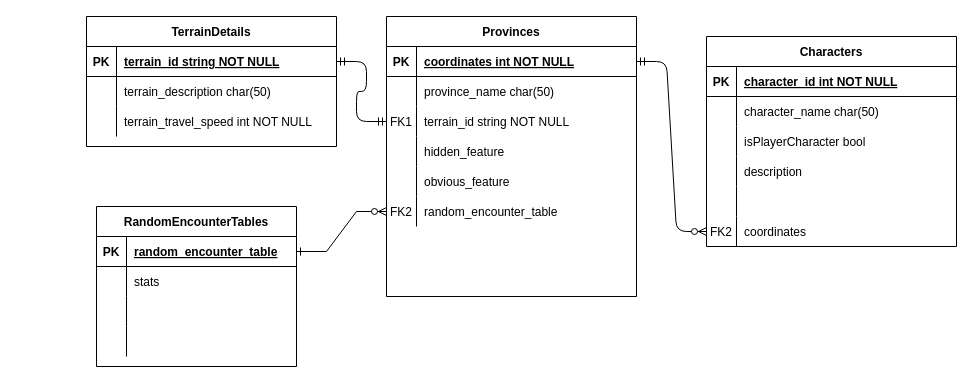
JDewhirst/dnd_campaign_manager keeps this draw.io diagram as databaseERD.drawio. Above is the earlier version. Source tidied: cells renumbered, new cells numbered last; positions are measured from the earlier drawing's top-left corner, leaving out a move shared by most shapes. Both pictures are drawn from the tidied source at 100%, with x=0, y=0 at pixel (86, 16).
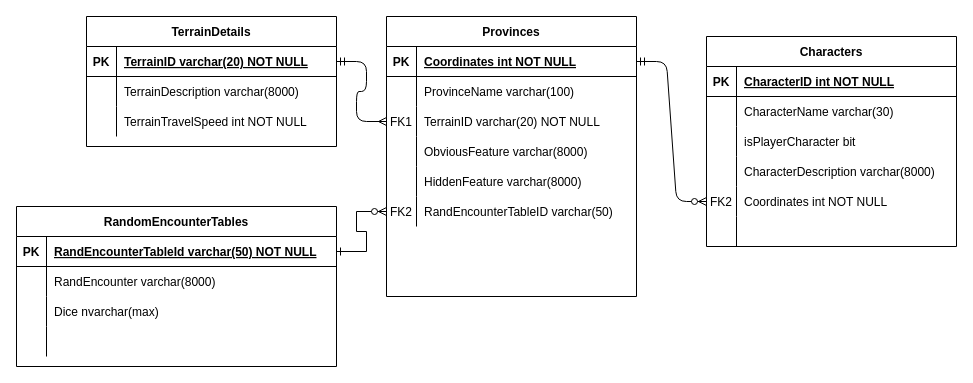
The same diagram, later.

Commit message (it also covers changes not shown here):
Update database ERD to reflect current state of the database

The change refers to these unchanged cells:
```xml
<mxCell id="2" value="Characters" style="shape=table;startSize=30;childLayout=tableLayout;rowLines=0;fontStyle=1;align=center;" parent="1" vertex="1">
  <mxGeometry x="620" y="20" width="250" height="210" as="geometry" />
</mxCell>
<mxCell id="3" style="shape=partialRectangle;fillColor=none;top=0;left=0;right=0;bottom=1;" parent="2" vertex="1">
  <mxGeometry y="30" width="250" height="30" as="geometry" />
</mxCell>
<mxCell id="6" style="shape=partialRectangle;fillColor=none;top=0;left=0;right=0;bottom=0;" parent="2" vertex="1">
  <mxGeometry y="60" width="250" height="30" as="geometry" />
</mxCell>
<mxCell id="9" style="shape=partialRectangle;fillColor=none;top=0;left=0;right=0;bottom=0;" parent="2" vertex="1">
  <mxGeometry y="90" width="250" height="30" as="geometry" />
</mxCell>
<mxCell id="12" style="shape=partialRectangle;fillColor=none;top=0;left=0;bottom=0;right=0;" parent="2" vertex="1">
  <mxGeometry y="120" width="250" height="30" as="geometry" />
</mxCell>
<mxCell id="22" style="shape=partialRectangle;fillColor=none;points=[[0,0.5],[1,0.5]];portConstraint=eastwest;top=0;left=0;right=0;bottom=1;" parent="21" vertex="1">
  <mxGeometry y="30" width="250" height="30" as="geometry" />
</mxCell>
<mxCell id="25" style="shape=partialRectangle;fillColor=none;top=0;left=0;right=0;bottom=0;" parent="21" vertex="1">
  <mxGeometry y="60" width="250" height="30" as="geometry" />
</mxCell>
<mxCell id="28" style="shape=partialRectangle;fillColor=none;top=0;left=0;right=0;bottom=0;" parent="21" vertex="1">
  <mxGeometry y="90" width="250" height="30" as="geometry" />
</mxCell>
<mxCell id="32" style="shape=partialRectangle;fillColor=none;points=[[0,0.5],[1,0.5]];portConstraint=eastwest;top=0;left=0;right=0;bottom=1;" parent="31" vertex="1">
  <mxGeometry y="30" width="250" height="30" as="geometry" />
</mxCell>
<mxCell id="35" style="shape=partialRectangle;fillColor=none;top=0;left=0;right=0;bottom=0;" parent="31" vertex="1">
  <mxGeometry y="60" width="250" height="30" as="geometry" />
</mxCell>
<mxCell id="38" style="shape=partialRectangle;fillColor=none;top=0;left=0;bottom=0;right=0;points=[[0,0.5],[1,0.5]];portConstraint=eastwest;" parent="31" vertex="1">
  <mxGeometry y="90" width="250" height="30" as="geometry" />
</mxCell>
<mxCell id="41" style="shape=partialRectangle;fillColor=none;top=0;left=0;bottom=0;right=0;" parent="31" vertex="1">
  <mxGeometry y="120" width="250" height="30" as="geometry" />
</mxCell>
<mxCell id="44" style="shape=partialRectangle;fillColor=none;top=0;left=0;bottom=0;right=0;" parent="31" vertex="1">
  <mxGeometry y="150" width="250" height="30" as="geometry" />
</mxCell>
<mxCell id="47" style="shape=partialRectangle;fillColor=none;top=0;left=0;bottom=0;right=0;points=[[0,0.5],[1,0.5]];portConstraint=eastwest;" parent="31" vertex="1">
  <mxGeometry y="180" width="250" height="30" as="geometry" />
</mxCell>
```

What changed in the source:
```diff
@@
-    <mxCell id="5" value="character_id int NOT NULL " style="shape=partialRectangle;overflow=hidden;fillColor=none;top=0;left=0;bottom=0;right=0;align=left;spacingLeft=6;fontStyle=5;" parent="3" vertex="1">
+    <mxCell id="5" value="CharacterID int NOT NULL" style="shape=partialRectangle;overflow=hidden;fillColor=none;top=0;left=0;bottom=0;right=0;align=left;spacingLeft=6;fontStyle=5;" parent="3" vertex="1">
       <mxGeometry x="30" width="220" height="30" as="geometry" />
     </mxCell>
@@
-    <mxCell id="8" value="character_name char(50)" style="shape=partialRectangle;overflow=hidden;fillColor=none;top=0;left=0;bottom=0;right=0;align=left;spacingLeft=6;" parent="6" vertex="1">
+    <mxCell id="8" value="CharacterName varchar(30)" style="shape=partialRectangle;overflow=hidden;fillColor=none;top=0;left=0;bottom=0;right=0;align=left;spacingLeft=6;" parent="6" vertex="1">
       <mxGeometry x="30" width="220" height="30" as="geometry" />
     </mxCell>
@@
-    <mxCell id="11" value="isPlayerCharacter bool" style="shape=partialRectangle;overflow=hidden;fillColor=none;top=0;left=0;bottom=0;right=0;align=left;spacingLeft=6;" parent="9" vertex="1">
+    <mxCell id="11" value="isPlayerCharacter bit" style="shape=partialRectangle;overflow=hidden;fillColor=none;top=0;left=0;bottom=0;right=0;align=left;spacingLeft=6;" parent="9" vertex="1">
       <mxGeometry x="30" width="220" height="30" as="geometry" />
     </mxCell>
@@
-    <mxCell id="14" value="description " style="shape=partialRectangle;fillColor=none;top=0;left=0;bottom=0;right=0;align=left;spacingLeft=6;overflow=hidden;" parent="12" vertex="1">
+    <mxCell id="14" value="CharacterDescription varchar(8000)" style="shape=partialRectangle;fillColor=none;top=0;left=0;bottom=0;right=0;align=left;spacingLeft=6;overflow=hidden;" parent="12" vertex="1">
       <mxGeometry x="30" width="220" height="30" as="geometry" />
     </mxCell>
+    <mxCell id="18" style="shape=partialRectangle;fillColor=none;top=0;left=0;bottom=0;right=0;points=[[0,0.5],[1,0.5]];portConstraint=eastwest;" parent="2" vertex="1">
+      <mxGeometry y="150" width="250" height="30" as="geometry" />
+    </mxCell>
+    <mxCell id="19" value="FK2" style="shape=partialRectangle;fillColor=none;top=0;left=0;bottom=0;right=0;fontStyle=0;overflow=hidden;" parent="18" vertex="1">
+      <mxGeometry width="30" height="30" as="geometry" />
+    </mxCell>
+    <mxCell id="20" value="Coordinates int NOT NULL" style="shape=partialRectangle;fillColor=none;top=0;left=0;bottom=0;right=0;align=left;spacingLeft=6;fontStyle=0;overflow=hidden;" parent="18" vertex="1">
+      <mxGeometry x="30" width="220" height="30" as="geometry" />
+    </mxCell>
     <mxCell id="15" style="shape=partialRectangle;fillColor=none;top=0;left=0;bottom=0;right=0;" parent="2" vertex="1">
-      <mxGeometry y="150" width="250" height="30" as="geometry" />
+      <mxGeometry y="180" width="250" height="30" as="geometry" />
     </mxCell>
@@
-    <mxCell id="18" style="shape=partialRectangle;fillColor=none;top=0;left=0;bottom=0;right=0;points=[[0,0.5],[1,0.5]];portConstraint=eastwest;" parent="2" vertex="1">
-      <mxGeometry y="180" width="250" height="30" as="geometry" />
-    </mxCell>
-    <mxCell id="19" value="FK2" style="shape=partialRectangle;fillColor=none;top=0;left=0;bottom=0;right=0;fontStyle=0;overflow=hidden;" parent="18" vertex="1">
-      <mxGeometry width="30" height="30" as="geometry" />
-    </mxCell>
-    <mxCell id="20" value="coordinates" style="shape=partialRectangle;fillColor=none;top=0;left=0;bottom=0;right=0;align=left;spacingLeft=6;fontStyle=0;overflow=hidden;" parent="18" vertex="1">
-      <mxGeometry x="30" width="220" height="30" as="geometry" />
-    </mxCell>
@@
-    <mxCell id="24" value="terrain_id string NOT NULL" style="shape=partialRectangle;overflow=hidden;fillColor=none;top=0;left=0;bottom=0;right=0;align=left;spacingLeft=6;fontStyle=5;" parent="22" vertex="1">
+    <mxCell id="24" value="TerrainID varchar(20) NOT NULL" style="shape=partialRectangle;overflow=hidden;fillColor=none;top=0;left=0;bottom=0;right=0;align=left;spacingLeft=6;fontStyle=5;" parent="22" vertex="1">
       <mxGeometry x="30" width="220" height="30" as="geometry" />
     </mxCell>
@@
-    <mxCell id="27" value="terrain_description char(50)" style="shape=partialRectangle;overflow=hidden;fillColor=none;top=0;left=0;bottom=0;right=0;align=left;spacingLeft=6;" parent="25" vertex="1">
+    <mxCell id="27" value="TerrainDescription varchar(8000)" style="shape=partialRectangle;overflow=hidden;fillColor=none;top=0;left=0;bottom=0;right=0;align=left;spacingLeft=6;" parent="25" vertex="1">
       <mxGeometry x="30" width="220" height="30" as="geometry" />
     </mxCell>
@@
-    <mxCell id="30" value="terrain_travel_speed int NOT NULL" style="shape=partialRectangle;overflow=hidden;fillColor=none;top=0;left=0;bottom=0;right=0;align=left;spacingLeft=6;" parent="28" vertex="1">
+    <mxCell id="30" value="TerrainTravelSpeed int NOT NULL" style="shape=partialRectangle;overflow=hidden;fillColor=none;top=0;left=0;bottom=0;right=0;align=left;spacingLeft=6;" parent="28" vertex="1">
       <mxGeometry x="30" width="220" height="30" as="geometry" />
     </mxCell>
@@
-    <mxCell id="34" value="coordinates int NOT NULL" style="shape=partialRectangle;overflow=hidden;fillColor=none;top=0;left=0;bottom=0;right=0;align=left;spacingLeft=6;fontStyle=5;" parent="32" vertex="1">
+    <mxCell id="34" value="Coordinates int NOT NULL" style="shape=partialRectangle;overflow=hidden;fillColor=none;top=0;left=0;bottom=0;right=0;align=left;spacingLeft=6;fontStyle=5;" parent="32" vertex="1">
       <mxGeometry x="30" width="220" height="30" as="geometry" />
     </mxCell>
@@
-    <mxCell id="37" value="province_name char(50) " style="shape=partialRectangle;overflow=hidden;fillColor=none;top=0;left=0;bottom=0;right=0;align=left;spacingLeft=6;" parent="35" vertex="1">
+    <mxCell id="37" value="ProvinceName varchar(100)" style="shape=partialRectangle;overflow=hidden;fillColor=none;top=0;left=0;bottom=0;right=0;align=left;spacingLeft=6;" parent="35" vertex="1">
       <mxGeometry x="30" width="220" height="30" as="geometry" />
     </mxCell>
@@
-    <mxCell id="40" value="terrain_id string NOT NULL" style="shape=partialRectangle;fillColor=none;top=0;left=0;bottom=0;right=0;align=left;spacingLeft=6;overflow=hidden;" parent="38" vertex="1">
+    <mxCell id="40" value="TerrainID varchar(20) NOT NULL" style="shape=partialRectangle;fillColor=none;top=0;left=0;bottom=0;right=0;align=left;spacingLeft=6;overflow=hidden;" parent="38" vertex="1">
       <mxGeometry x="30" width="220" height="30" as="geometry" />
     </mxCell>
@@
-    <mxCell id="43" value="hidden_feature" style="shape=partialRectangle;fillColor=none;top=0;left=0;bottom=0;right=0;align=left;spacingLeft=6;overflow=hidden;" parent="41" vertex="1">
+    <mxCell id="43" value="ObviousFeature varchar(8000)" style="shape=partialRectangle;fillColor=none;top=0;left=0;bottom=0;right=0;align=left;spacingLeft=6;overflow=hidden;" parent="41" vertex="1">
       <mxGeometry x="30" width="220" height="30" as="geometry" />
     </mxCell>
@@
-    <mxCell id="46" value="obvious_feature" style="shape=partialRectangle;fillColor=none;top=0;left=0;bottom=0;right=0;align=left;spacingLeft=6;overflow=hidden;" parent="44" vertex="1">
+    <mxCell id="46" value="HiddenFeature varchar(8000)" style="shape=partialRectangle;fillColor=none;top=0;left=0;bottom=0;right=0;align=left;spacingLeft=6;overflow=hidden;" parent="44" vertex="1">
       <mxGeometry x="30" width="220" height="30" as="geometry" />
     </mxCell>
@@
-    <mxCell id="49" value="random_encounter_table" style="shape=partialRectangle;fillColor=none;top=0;left=0;bottom=0;right=0;align=left;spacingLeft=6;fontStyle=0;overflow=hidden;" parent="47" vertex="1">
+    <mxCell id="49" value="RandEncounterTableID varchar(50)" style="shape=partialRectangle;fillColor=none;top=0;left=0;bottom=0;right=0;align=left;spacingLeft=6;fontStyle=0;overflow=hidden;" parent="47" vertex="1">
       <mxGeometry x="30" width="220" height="30" as="geometry" />
     </mxCell>
-    <mxCell id="50" style="edgeStyle=entityRelationEdgeStyle;fontSize=12;html=1;endArrow=ERmandOne;startArrow=ERmandOne;exitX=1;exitY=0.5;exitDx=0;exitDy=0;entryX=0;entryY=0.5;entryDx=0;entryDy=0;" parent="1" edge="1" source="22" target="38">
+    <mxCell id="50" style="edgeStyle=entityRelationEdgeStyle;fontSize=12;html=1;endArrow=ERmany;startArrow=ERmandOne;exitX=1;exitY=0.5;exitDx=0;exitDy=0;entryX=0;entryY=0.5;entryDx=0;entryDy=0;endFill=0;" parent="1" edge="1" source="22" target="38">
       <mxGeometry relative="1" as="geometry" />
     </mxCell>
@@
     <mxCell id="52" value="RandomEncounterTables" style="shape=table;startSize=30;childLayout=tableLayout;rowLines=0;fontStyle=1;align=center;" parent="1" vertex="1">
-      <mxGeometry x="10" y="190" width="200" height="160" as="geometry" />
+      <mxGeometry x="-70" y="190" width="320" height="160" as="geometry" />
     </mxCell>
     <mxCell id="53" style="shape=partialRectangle;fillColor=none;top=0;left=0;bottom=1;right=0;points=[[0,0.5],[1,0.5]];portConstraint=eastwest;" parent="52" vertex="1">
-      <mxGeometry y="30" width="200" height="30" as="geometry" />
+      <mxGeometry y="30" width="320" height="30" as="geometry" />
     </mxCell>
@@
-    <mxCell id="55" value="random_encounter_table" style="shape=partialRectangle;fillColor=none;top=0;left=0;bottom=0;right=0;align=left;spacingLeft=6;fontStyle=5;overflow=hidden;" parent="53" vertex="1">
-      <mxGeometry x="30" width="170" height="30" as="geometry" />
+    <mxCell id="55" value="RandEncounterTableId varchar(50) NOT NULL" style="shape=partialRectangle;fillColor=none;top=0;left=0;bottom=0;right=0;align=left;spacingLeft=6;fontStyle=5;overflow=hidden;" parent="53" vertex="1">
+      <mxGeometry x="30" width="290" height="30" as="geometry" />
     </mxCell>
     <mxCell id="56" style="shape=partialRectangle;fillColor=none;top=0;left=0;bottom=0;right=0;" parent="52" vertex="1">
-      <mxGeometry y="60" width="200" height="30" as="geometry" />
+      <mxGeometry y="60" width="320" height="30" as="geometry" />
     </mxCell>
@@
-    <mxCell id="58" value="stats" style="shape=partialRectangle;fillColor=none;top=0;left=0;bottom=0;right=0;align=left;spacingLeft=6;overflow=hidden;" parent="56" vertex="1">
-      <mxGeometry x="30" width="170" height="30" as="geometry" />
+    <mxCell id="58" value="RandEncounter varchar(8000)" style="shape=partialRectangle;fillColor=none;top=0;left=0;bottom=0;right=0;align=left;spacingLeft=6;overflow=hidden;" parent="56" vertex="1">
+      <mxGeometry x="30" width="290" height="30" as="geometry" />
     </mxCell>
     <mxCell id="59" style="shape=partialRectangle;fillColor=none;top=0;left=0;bottom=0;right=0;" parent="52" vertex="1">
-      <mxGeometry y="90" width="200" height="30" as="geometry" />
+      <mxGeometry y="90" width="320" height="30" as="geometry" />
     </mxCell>
@@
-    <mxCell id="61" style="shape=partialRectangle;fillColor=none;top=0;left=0;bottom=0;right=0;align=left;spacingLeft=6;overflow=hidden;" parent="59" vertex="1">
-      <mxGeometry x="30" width="170" height="30" as="geometry" />
+    <mxCell id="61" value="Dice nvarchar(max)" style="shape=partialRectangle;fillColor=none;top=0;left=0;bottom=0;right=0;align=left;spacingLeft=6;overflow=hidden;" parent="59" vertex="1">
+      <mxGeometry x="30" width="290" height="30" as="geometry" />
     </mxCell>
     <mxCell id="62" style="shape=partialRectangle;fillColor=none;top=0;left=0;bottom=0;right=0;" parent="52" vertex="1">
-      <mxGeometry y="120" width="200" height="30" as="geometry" />
+      <mxGeometry y="120" width="320" height="30" as="geometry" />
     </mxCell>
@@
     <mxCell id="64" style="shape=partialRectangle;fillColor=none;top=0;left=0;bottom=0;right=0;align=left;spacingLeft=6;overflow=hidden;" parent="62" vertex="1">
-      <mxGeometry x="30" width="170" height="30" as="geometry" />
+      <mxGeometry x="30" width="290" height="30" as="geometry" />
     </mxCell>
```
